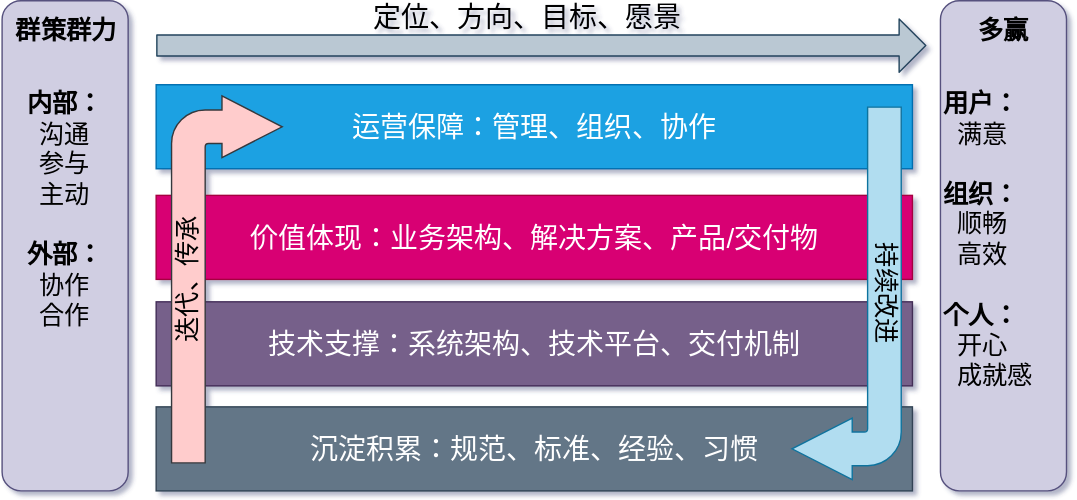
This is assets/images/TechArch/ADCSS-Arch.svg from ibbcall/ibbcall.github.io, a draw.io export, as it was before one commit. Source tidied: cells renumbered, new cells last; positions are measured from the earlier drawing's top-left corner, leaving out a move shared by most shapes.
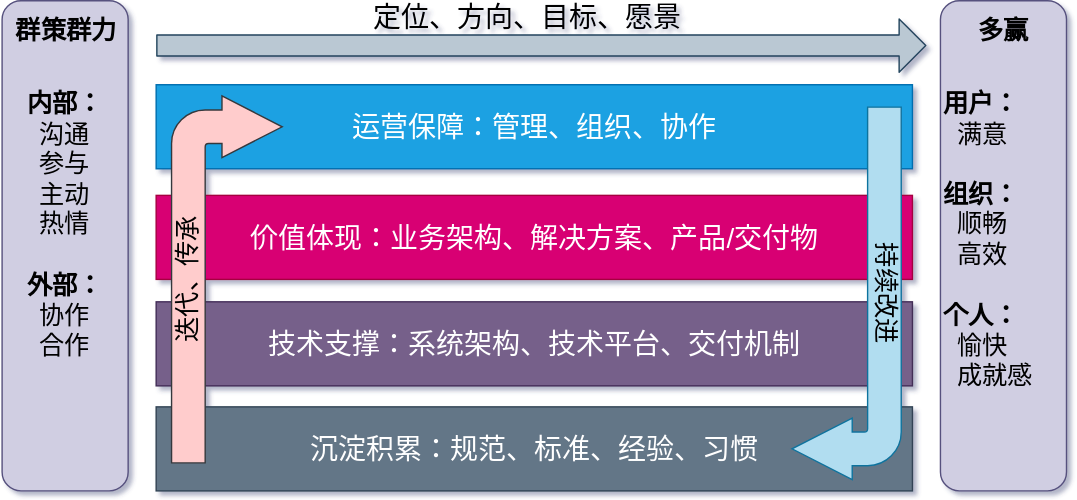
After the commit.

The edit, as a diff of the source:
```diff
@@ -38,13 +38,13 @@
     <mxCell id="12" value="&lt;b&gt;多赢&lt;/b&gt;" style="text;html=1;fillColor=none;align=center;verticalAlign=middle;whiteSpace=wrap;rounded=0;labelBackgroundColor=none;fontSize=18;" parent="1" vertex="1">
       <mxGeometry x="688.5" y="11" width="55" height="20" as="geometry" />
     </mxCell>
-    <mxCell id="13" value="&lt;b&gt;用户：&lt;/b&gt;&lt;br&gt;&amp;nbsp; 满意&lt;br&gt;&lt;b&gt;&lt;br&gt;组织：&lt;/b&gt;&lt;br&gt;&amp;nbsp; 顺畅&lt;br&gt;&amp;nbsp; 高效&lt;br&gt;&lt;br&gt;&lt;b&gt;个人：&lt;/b&gt;&lt;br&gt;&lt;div&gt;&amp;nbsp; 开心&lt;/div&gt;&lt;div&gt;&amp;nbsp; 成就感&lt;/div&gt;" style="text;html=1;strokeColor=none;fillColor=none;align=left;verticalAlign=top;whiteSpace=wrap;rounded=0;labelBackgroundColor=none;fontSize=18;" parent="1" vertex="1">
+    <mxCell id="13" value="&lt;b&gt;用户：&lt;/b&gt;&lt;br&gt;&amp;nbsp; 满意&lt;br&gt;&lt;b&gt;&lt;br&gt;组织：&lt;/b&gt;&lt;br&gt;&amp;nbsp; 顺畅&lt;br&gt;&amp;nbsp; 高效&lt;br&gt;&lt;br&gt;&lt;b&gt;个人：&lt;/b&gt;&lt;br&gt;&lt;div&gt;&amp;nbsp; 愉快&lt;/div&gt;&lt;div&gt;&amp;nbsp; 成就感&lt;/div&gt;" style="text;html=1;strokeColor=none;fillColor=none;align=left;verticalAlign=top;whiteSpace=wrap;rounded=0;labelBackgroundColor=none;fontSize=18;" parent="1" vertex="1">
       <mxGeometry x="671" y="57" width="91" height="283" as="geometry" />
     </mxCell>
     <mxCell id="14" value="&lt;b&gt;群策群力&lt;/b&gt;&lt;br&gt;" style="text;html=1;fillColor=none;align=center;verticalAlign=middle;whiteSpace=wrap;rounded=0;labelBackgroundColor=none;fontSize=18;" parent="1" vertex="1">
       <mxGeometry x="1" y="11" width="91" height="20" as="geometry" />
     </mxCell>
-    <mxCell id="15" value="&lt;div style=&quot;text-align: center&quot;&gt;&lt;b&gt;内部：&lt;/b&gt;&lt;/div&gt;&lt;div style=&quot;text-align: center&quot;&gt;沟通&lt;/div&gt;&lt;div style=&quot;text-align: center&quot;&gt;参与&lt;/div&gt;&lt;div style=&quot;text-align: center&quot;&gt;主动&lt;/div&gt;&lt;div style=&quot;text-align: center&quot;&gt;&lt;br&gt;&lt;/div&gt;&lt;div style=&quot;text-align: center&quot;&gt;&lt;b&gt;外部：&lt;/b&gt;&lt;/div&gt;&lt;div style=&quot;text-align: center&quot;&gt;协作&lt;/div&gt;&lt;div style=&quot;text-align: center&quot;&gt;合作&lt;/div&gt;&lt;div style=&quot;text-align: center&quot;&gt;&lt;br&gt;&lt;/div&gt;&lt;div style=&quot;text-align: center&quot;&gt;&lt;br&gt;&lt;/div&gt;" style="text;html=1;strokeColor=none;fillColor=none;align=center;verticalAlign=top;whiteSpace=wrap;rounded=0;labelBackgroundColor=none;fontSize=18;labelPosition=center;verticalLabelPosition=middle;labelBorderColor=none;" parent="1" vertex="1">
+    <mxCell id="15" value="&lt;div style=&quot;text-align: center&quot;&gt;&lt;b&gt;内部：&lt;/b&gt;&lt;/div&gt;&lt;div style=&quot;text-align: center&quot;&gt;沟通&lt;/div&gt;&lt;div style=&quot;text-align: center&quot;&gt;参与&lt;/div&gt;&lt;div style=&quot;text-align: center&quot;&gt;主动&lt;/div&gt;&lt;div style=&quot;text-align: center&quot;&gt;热情&lt;/div&gt;&lt;div style=&quot;text-align: center&quot;&gt;&lt;br&gt;&lt;/div&gt;&lt;div style=&quot;text-align: center&quot;&gt;&lt;b&gt;外部：&lt;/b&gt;&lt;/div&gt;&lt;div style=&quot;text-align: center&quot;&gt;协作&lt;/div&gt;&lt;div style=&quot;text-align: center&quot;&gt;合作&lt;/div&gt;&lt;div style=&quot;text-align: center&quot;&gt;&lt;br&gt;&lt;/div&gt;&lt;div style=&quot;text-align: center&quot;&gt;&lt;br&gt;&lt;/div&gt;" style="text;html=1;strokeColor=none;fillColor=none;align=center;verticalAlign=top;whiteSpace=wrap;rounded=0;labelBackgroundColor=none;fontSize=18;labelPosition=center;verticalLabelPosition=middle;labelBorderColor=none;" parent="1" vertex="1">
       <mxGeometry y="57" width="91" height="293" as="geometry" />
     </mxCell>
   </root>
```
